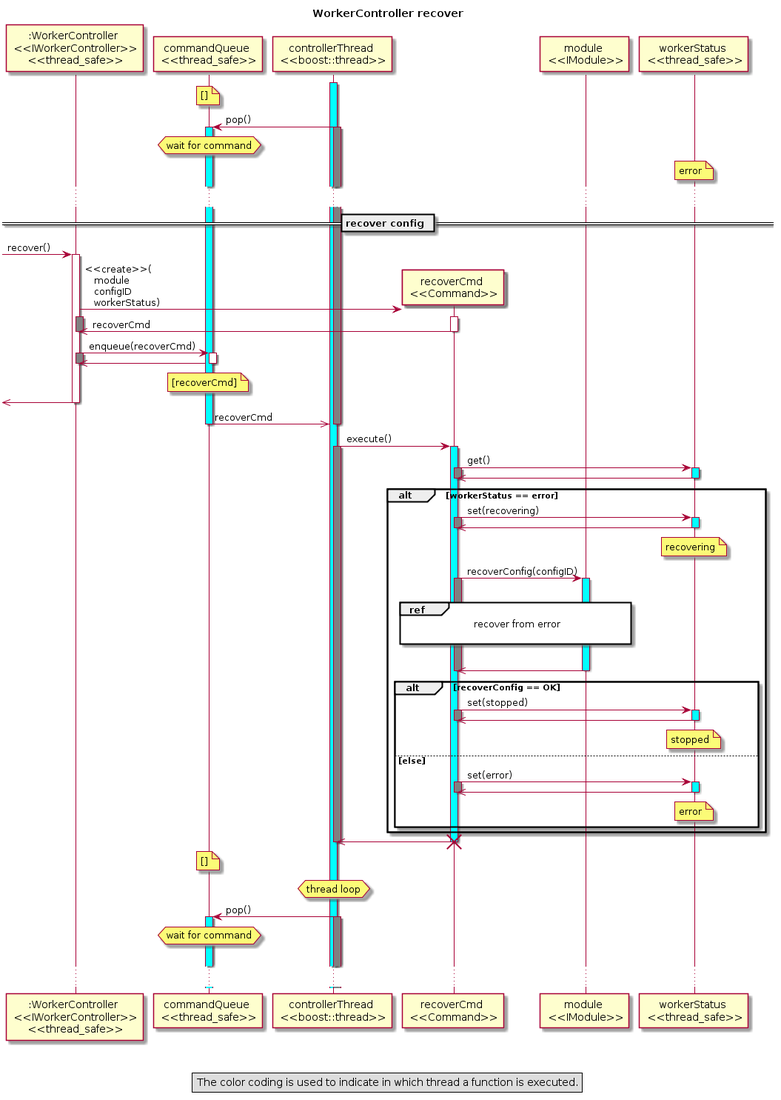
The PlantUML diagram docs/Software_Design/Worker/WorkerController recover.png in ConnectedVision/connectedvision, before a commit.
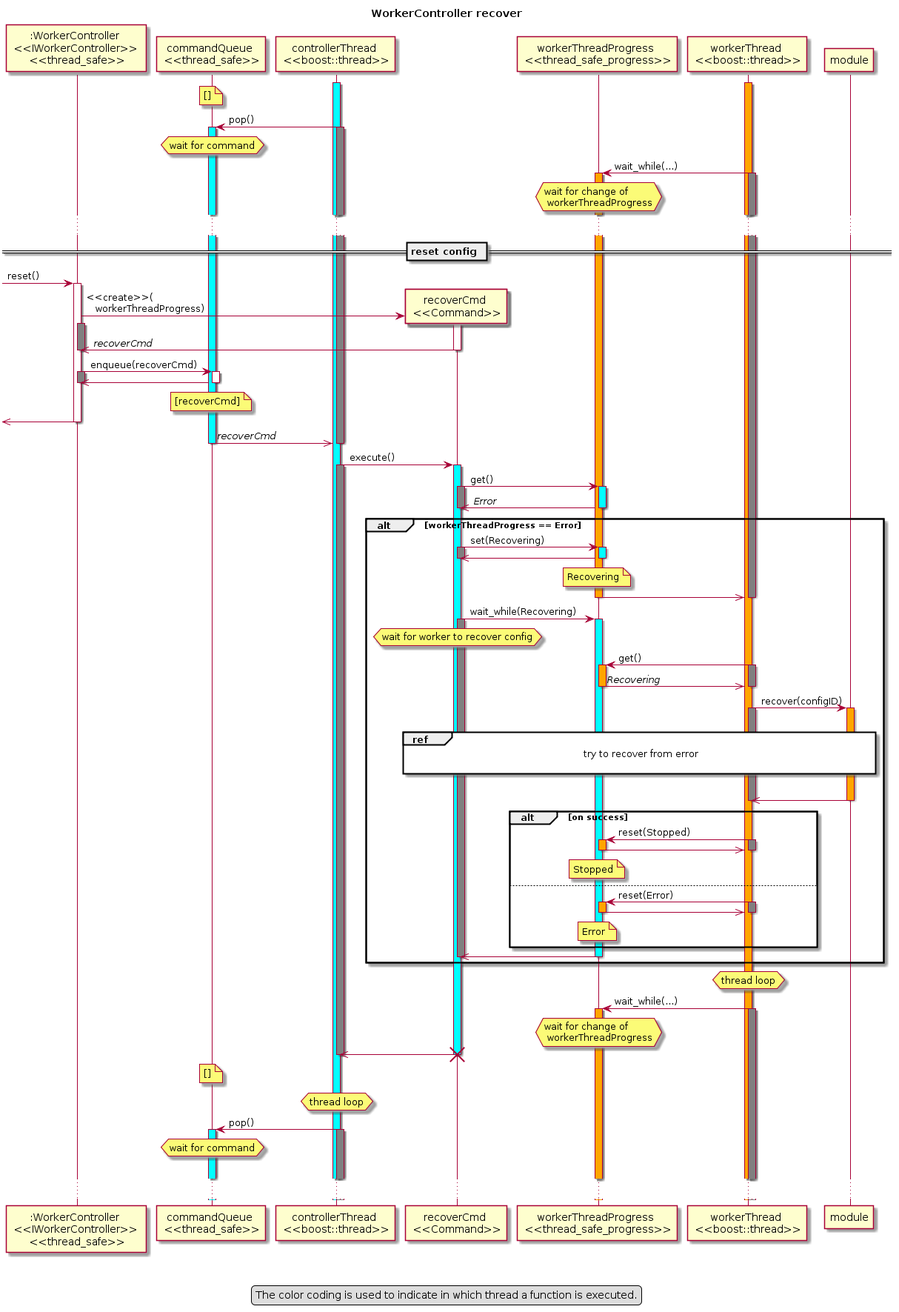
After the commit.

The edit, as a diff of the source:
```diff
@@ -1,7 +1,7 @@
 @startuml
 title WorkerController recover
 
-participant ":WorkerController \n <<IWorkerController>>\n <<thread_safe>>" as WorkerController
+participant ":WorkerController \n <<IWorkerController>> \n <<thread_safe>>" as WorkerController
 
 participant "commandQueue \n <<thread_safe>>" as commandQueue
 participant "controllerThread \n <<boost::thread>>" as controllerThread
@@ -9,9 +9,10 @@
 
 participant "recoverCmd \n <<Command>>" as recoverCmd
 
-participant "module \n <<IModule>>" as module
+participant "workerThreadProgress \n <<thread_safe_progress>>" as workerThreadProgress
 
-participant "workerStatus \n <<thread_safe>>" as workerStatus
+participant "workerThread \n <<boost::thread>>" as workerThread
+activate workerThread #orange
 
 legend
 The color coding is used to indicate in which thread a function is executed.
@@ -23,21 +24,24 @@
 activate controllerThread #gray
 hnote over commandQueue: wait for command
 
-note over workerStatus: error
+workerThread -> workerThreadProgress: wait_while(...)
+activate workerThreadProgress #orange
+activate workerThread #gray
+hnote over workerThreadProgress: wait for change of \n workerThreadProgress
 
 ...
 
-== recover config ==
+== reset config ==
 
 
- -> WorkerController : recover()
+ -> WorkerController : reset()
 activate WorkerController
 
 create recoverCmd
-WorkerController -> recoverCmd: <<create>>(\n   module \n   configID\n   workerStatus)
+WorkerController -> recoverCmd: <<create>>(\n   workerThreadProgress)
 activate recoverCmd
 activate WorkerController #gray
-WorkerController <<- recoverCmd: recoverCmd
+WorkerController <<- recoverCmd: //recoverCmd//
 deactivate recoverCmd
 deactivate WorkerController #gray
 WorkerController -> commandQueue: enqueue(recoverCmd)
@@ -50,58 +54,84 @@
  <<- WorkerController
 deactivate WorkerController
 
-controllerThread <<- commandQueue: recoverCmd
+controllerThread <<- commandQueue: //recoverCmd//
 deactivate commandQueue
 deactivate controllerThread #gray
 controllerThread -> recoverCmd: execute()
 activate recoverCmd #cyan
 activate controllerThread #gray
 
-recoverCmd -> workerStatus: get()
-activate workerStatus #cyan
+recoverCmd -> workerThreadProgress: get()
+activate workerThreadProgress #cyan
 activate recoverCmd #gray
-recoverCmd <<- workerStatus
-deactivate workerStatus
+recoverCmd <<- workerThreadProgress: //Error//
+deactivate workerThreadProgress
 deactivate recoverCmd #gray
 
-alt workerStatus == error
+alt workerThreadProgress == Error
+	recoverCmd -> workerThreadProgress: set(Recovering)
+	activate workerThreadProgress #cyan
+	activate recoverCmd #gray
+	recoverCmd <<- workerThreadProgress
+	deactivate workerThreadProgress
+	deactivate recoverCmd #gray
+	note over workerThreadProgress: Recovering
 
-	recoverCmd -> workerStatus: set(recovering)
-	activate workerStatus #cyan
+	workerThread <<- workerThreadProgress
+	deactivate workerThreadProgress
+	deactivate workerThread #gray
+
+	recoverCmd -> workerThreadProgress: wait_while(Recovering)
+	activate workerThreadProgress #cyan
 	activate recoverCmd #gray
-	recoverCmd <<- workerStatus
-	deactivate workerStatus
+	hnote over recoverCmd: wait for worker to recover config
+
+	workerThread -> workerThreadProgress: get()
+	activate workerThreadProgress #orange
+	activate workerThread #gray
+	workerThread <<- workerThreadProgress: //Recovering//
+	deactivate workerThreadProgress
+	deactivate workerThread #gray
+
+	workerThread -> module: recover(configID)
+	activate module #orange
+	activate workerThread #gray
+	|||
+	ref over recoverCmd, module: try to recover from error\n
+	|||
+
+	workerThread <<- module
+	deactivate module
+	deactivate workerThread #gray
+
+	alt on success
+		workerThread -> workerThreadProgress: reset(Stopped)
+		activate workerThreadProgress #orange
+		activate workerThread #gray
+		workerThread <<- workerThreadProgress
+		deactivate workerThreadProgress
+		deactivate workerThread #gray
+		note over workerThreadProgress: Stopped
+	else
+		workerThread -> workerThreadProgress: reset(Error)
+		activate workerThreadProgress #orange
+		activate workerThread #gray
+		workerThread <<- workerThreadProgress
+		deactivate workerThreadProgress
+		deactivate workerThread #gray
+		note over workerThreadProgress: Error
+	end
+
+	recoverCmd <<- workerThreadProgress
+	deactivate workerThreadProgress
 	deactivate recoverCmd #gray
-	note over workerStatus: recovering
+end
 
-	recoverCmd -> module: recoverConfig(configID)
-	activate module #cyan
-	activate recoverCmd #gray
-	|||
-	ref over recoverCmd, module: recover from error\n
-	|||
-	recoverCmd <<- module
-	deactivate module
-	deactivate recoverCmd #gray
-
-	alt recoverConfig == OK
-		recoverCmd -> workerStatus: set(stopped)
-		activate workerStatus #cyan
-		activate recoverCmd #gray
-		recoverCmd <<- workerStatus
-		deactivate workerStatus
-		deactivate recoverCmd #gray
-		note over workerStatus: stopped
-	else else
-		recoverCmd -> workerStatus: set(error)
-		activate workerStatus #cyan
-		activate recoverCmd #gray
-		recoverCmd <<- workerStatus
-		deactivate workerStatus
-		deactivate recoverCmd #gray
-		note over workerStatus: error
-	end
-end
+hnote over workerThread: thread loop
+workerThread -> workerThreadProgress: wait_while(...)
+activate workerThreadProgress #orange
+activate workerThread #gray
+hnote over workerThreadProgress: wait for change of \n workerThreadProgress
 
 controllerThread <<- recoverCmd
 deactivate recoverCmd
@@ -114,6 +144,7 @@
 activate commandQueue #cyan
 activate controllerThread #gray
 hnote over commandQueue: wait for command
+
 |||
 ...
 @enduml
```
